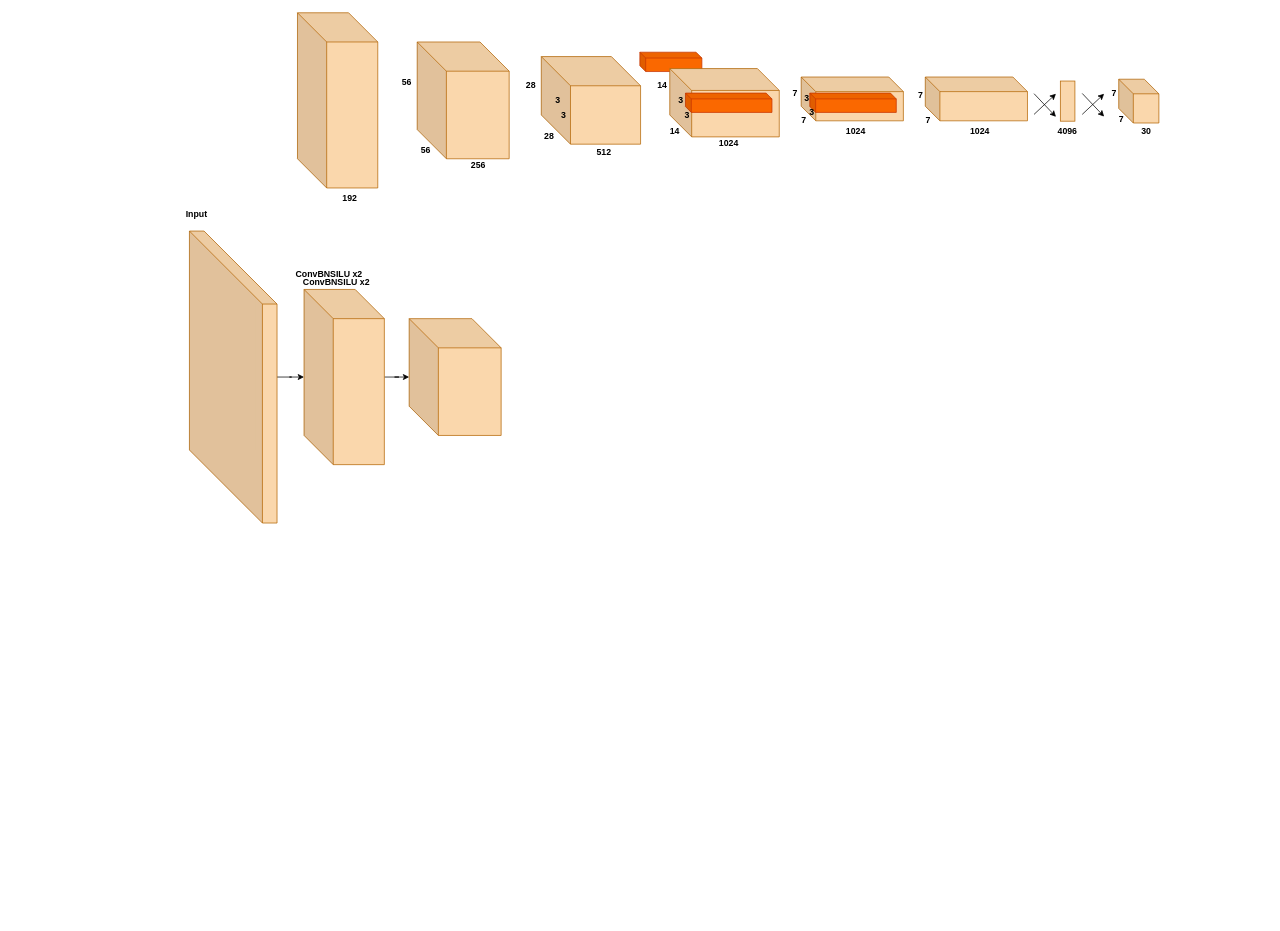
This is yolo_v1_xml.drawio from Seeeeeyo/Neural-Network-Architecture-Diagrams, a draw.io file, before an edit. Source tidied: cells renumbered, new cells numbered last; positions are measured from the earlier drawing's top-left corner, leaving out a move shared by most shapes. Both pictures are drawn from the tidied source at 73%, with x=0, y=0 at pixel (182, 12).
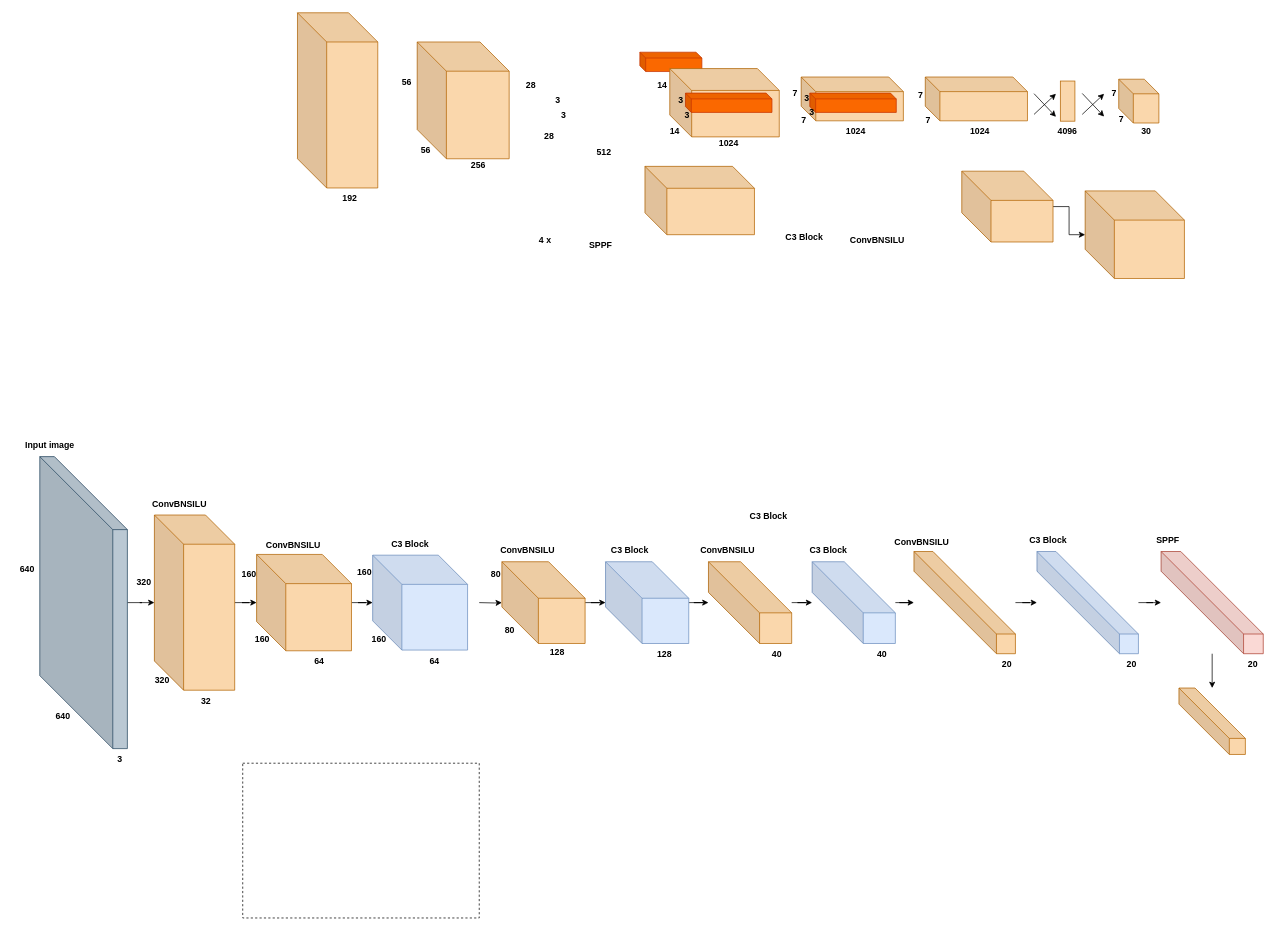
The same page after the edit.

What changed in the source:
```diff
@@
-    <mxCell id="3" style="shape=cube;whiteSpace=wrap;html=1;boundedLbl=1;backgroundOutline=1;darkOpacity=0.05;darkOpacity2=0.1;size=100;perimeterSpacing=0;strokeColor=#b46504;fillColor=#fad7ac;" parent="1" vertex="1">
-      <mxGeometry x="10" y="299" width="120" height="400" as="geometry" />
+    <mxCell id="3" style="shape=cube;whiteSpace=wrap;html=1;boundedLbl=1;backgroundOutline=1;darkOpacity=0.05;darkOpacity2=0.1;size=100;perimeterSpacing=0;fillColor=#bac8d3;strokeColor=#23445d;" parent="1" vertex="1">
+      <mxGeometry x="-195" y="608" width="120" height="400" as="geometry" />
     </mxCell>
@@
-    <mxCell id="5" value="Input" style="text;html=1;strokeColor=none;fillColor=none;align=center;verticalAlign=middle;whiteSpace=wrap;rounded=0;fontStyle=1;" parent="1" vertex="1">
-      <mxGeometry y="261" width="40" height="30" as="geometry" />
+    <mxCell id="5" value="Input image" style="text;html=1;strokeColor=none;fillColor=none;align=center;verticalAlign=middle;whiteSpace=wrap;rounded=0;fontStyle=1;" parent="1" vertex="1">
+      <mxGeometry x="-221" y="578" width="80" height="30" as="geometry" />
     </mxCell>
@@
-    <mxCell id="10" style="shape=cube;whiteSpace=wrap;html=1;boundedLbl=1;backgroundOutline=1;darkOpacity=0.05;darkOpacity2=0.1;strokeColor=#b46504;fillColor=#fad7ac;size=40;" parent="1" vertex="1">
-      <mxGeometry x="492" y="60" width="136" height="120" as="geometry" />
-    </mxCell>
+    <mxCell id="51" style="edgeStyle=orthogonalEdgeStyle;rounded=0;jettySize=auto;html=1;" parent="1" edge="1" target="70">
+      <mxGeometry relative="1" as="geometry">
+        <mxPoint x="407" y="808" as="sourcePoint" />
+      </mxGeometry>
+    </mxCell>
@@
-    <mxCell id="46" style="edgeStyle=orthogonalEdgeStyle;rounded=0;jettySize=auto;html=1;" parent="1" edge="1" source="47" target="49">
-      <mxGeometry relative="1" as="geometry" />
-    </mxCell>
+    <mxCell id="52" style="edgeStyle=orthogonalEdgeStyle;rounded=0;jettySize=auto;html=1;" parent="1" edge="1" source="47" target="54">
+      <mxGeometry relative="1" as="geometry" />
+    </mxCell>
     <mxCell id="47" style="shape=cube;whiteSpace=wrap;html=1;boundedLbl=1;backgroundOutline=1;darkOpacity=0.05;darkOpacity2=0.1;strokeColor=#b46504;fillColor=#fad7ac;size=40;" parent="1" vertex="1">
-      <mxGeometry x="167" y="379" width="110" height="240" as="geometry" />
+      <mxGeometry x="-38" y="688" width="110" height="240" as="geometry" />
     </mxCell>
-    <mxCell id="48" value="ConvBNSILU x2" style="text;html=1;strokeColor=none;fillColor=none;align=center;verticalAlign=middle;whiteSpace=wrap;rounded=0;fontStyle=1;" parent="1" vertex="1">
-      <mxGeometry x="148" y="344" width="107" height="30" as="geometry" />
+    <mxCell id="48" value="ConvBNSILU" style="text;html=1;strokeColor=none;fillColor=none;align=center;verticalAlign=middle;whiteSpace=wrap;rounded=0;fontStyle=1;" parent="1" vertex="1">
+      <mxGeometry x="-57" y="658" width="107" height="30" as="geometry" />
     </mxCell>
-    <mxCell id="49" style="shape=cube;whiteSpace=wrap;html=1;boundedLbl=1;backgroundOutline=1;darkOpacity=0.05;darkOpacity2=0.1;strokeColor=#b46504;fillColor=#fad7ac;size=40;" parent="1" vertex="1">
-      <mxGeometry x="311" y="419" width="126" height="160" as="geometry" />
-    </mxCell>
-    <mxCell id="50" value="ConvBNSILU x2" style="text;html=1;strokeColor=none;fillColor=none;align=center;verticalAlign=middle;whiteSpace=wrap;rounded=0;fontStyle=1;" parent="1" vertex="1">
-      <mxGeometry x="158" y="354" width="107" height="30" as="geometry" />
+    <mxCell id="50" value="C3 Block" style="text;html=1;strokeColor=none;fillColor=none;align=center;verticalAlign=middle;whiteSpace=wrap;rounded=0;fontStyle=1;" parent="1" vertex="1">
+      <mxGeometry x="259" y="713" width="107" height="30" as="geometry" />
     </mxCell>
+    <mxCell id="53" style="edgeStyle=orthogonalEdgeStyle;rounded=0;jettySize=auto;html=1;" parent="1" edge="1" source="54" target="89">
+      <mxGeometry relative="1" as="geometry" />
+    </mxCell>
+    <mxCell id="54" style="shape=cube;whiteSpace=wrap;html=1;boundedLbl=1;backgroundOutline=1;darkOpacity=0.05;darkOpacity2=0.1;strokeColor=#b46504;fillColor=#fad7ac;size=40;" parent="1" vertex="1">
+      <mxGeometry x="102" y="742" width="130" height="132" as="geometry" />
+    </mxCell>
+    <mxCell id="55" value="C3 Block" style="text;html=1;strokeColor=none;fillColor=none;align=center;verticalAlign=middle;whiteSpace=wrap;rounded=0;fontStyle=1;" parent="1" vertex="1">
+      <mxGeometry x="798.5" y="293" width="107" height="30" as="geometry" />
+    </mxCell>
+    <mxCell id="56" value="ConvBNSILU" style="text;html=1;strokeColor=none;fillColor=none;align=center;verticalAlign=middle;whiteSpace=wrap;rounded=0;fontStyle=1;" parent="1" vertex="1">
+      <mxGeometry x="99" y="715" width="107" height="30" as="geometry" />
+    </mxCell>
+    <mxCell id="57" style="rounded=0;whiteSpace=wrap;html=1;fillColor=none;dashed=1;" parent="1" vertex="1">
+      <mxGeometry x="83" y="1028" width="324" height="212" as="geometry" />
+    </mxCell>
+    <mxCell id="58" value="4 x" style="text;html=1;strokeColor=none;fillColor=none;align=center;verticalAlign=middle;whiteSpace=wrap;rounded=0;fontStyle=1;" parent="1" vertex="1">
+      <mxGeometry x="444" y="297" width="107" height="30" as="geometry" />
+    </mxCell>
+    <mxCell id="59" style="shape=cube;whiteSpace=wrap;html=1;boundedLbl=1;backgroundOutline=1;darkOpacity=0.05;darkOpacity2=0.1;strokeColor=#b46504;fillColor=#fad7ac;size=30;" parent="1" vertex="1">
+      <mxGeometry x="634" y="210.4" width="150" height="93.6" as="geometry" />
+    </mxCell>
+    <mxCell id="60" value="SPPF" style="text;html=1;strokeColor=none;fillColor=none;align=center;verticalAlign=middle;whiteSpace=wrap;rounded=0;fontStyle=1;" parent="1" vertex="1">
+      <mxGeometry x="520" y="304" width="107" height="30" as="geometry" />
+    </mxCell>
+    <mxCell id="61" style="shape=cube;whiteSpace=wrap;html=1;boundedLbl=1;backgroundOutline=1;darkOpacity=0.05;darkOpacity2=0.1;strokeColor=#b46504;fillColor=#fad7ac;size=40;" parent="1" vertex="1">
+      <mxGeometry x="1237" y="244" width="136" height="120" as="geometry" />
+    </mxCell>
+    <mxCell id="62" value="C3 Block" style="text;html=1;strokeColor=none;fillColor=none;align=center;verticalAlign=middle;whiteSpace=wrap;rounded=0;fontStyle=1;" parent="1" vertex="1">
+      <mxGeometry x="750" y="675" width="107" height="30" as="geometry" />
+    </mxCell>
+    <mxCell id="63" style="edgeStyle=orthogonalEdgeStyle;rounded=0;jettySize=auto;html=1;" parent="1" edge="1" source="64" target="61">
+      <mxGeometry relative="1" as="geometry" />
+    </mxCell>
+    <mxCell id="64" style="shape=cube;whiteSpace=wrap;html=1;boundedLbl=1;backgroundOutline=1;darkOpacity=0.05;darkOpacity2=0.1;strokeColor=#b46504;fillColor=#fad7ac;size=40;" parent="1" vertex="1">
+      <mxGeometry x="1068" y="217" width="125" height="97" as="geometry" />
+    </mxCell>
+    <mxCell id="65" value="ConvBNSILU" style="text;html=1;strokeColor=none;fillColor=none;align=center;verticalAlign=middle;whiteSpace=wrap;rounded=0;fontStyle=1;" parent="1" vertex="1">
+      <mxGeometry x="899" y="297" width="107" height="30" as="geometry" />
+    </mxCell>
+    <mxCell id="66" value="640" style="text;html=1;strokeColor=none;fillColor=none;align=center;verticalAlign=middle;whiteSpace=wrap;rounded=0;fontStyle=1;" parent="1" vertex="1">
+      <mxGeometry x="-183" y="949" width="40" height="30" as="geometry" />
+    </mxCell>
+    <mxCell id="67" value="320" style="text;html=1;strokeColor=none;fillColor=none;align=center;verticalAlign=middle;whiteSpace=wrap;rounded=0;fontStyle=1;" parent="1" vertex="1">
+      <mxGeometry x="-47" y="900" width="40" height="30" as="geometry" />
+    </mxCell>
+    <mxCell id="68" value="160" style="text;html=1;strokeColor=none;fillColor=none;align=center;verticalAlign=middle;whiteSpace=wrap;rounded=0;fontStyle=1;" parent="1" vertex="1">
+      <mxGeometry x="90" y="844" width="40" height="30" as="geometry" />
+    </mxCell>
+    <mxCell id="69" style="edgeStyle=orthogonalEdgeStyle;rounded=0;jettySize=auto;html=1;" parent="1" edge="1" source="70" target="76">
+      <mxGeometry relative="1" as="geometry" />
+    </mxCell>
+    <mxCell id="70" style="shape=cube;whiteSpace=wrap;html=1;boundedLbl=1;backgroundOutline=1;darkOpacity=0.05;darkOpacity2=0.1;strokeColor=#b46504;fillColor=#fad7ac;size=50;" parent="1" vertex="1">
+      <mxGeometry x="438" y="752" width="114" height="112" as="geometry" />
+    </mxCell>
+    <mxCell id="71" value="ConvBNSILU" style="text;html=1;strokeColor=none;fillColor=none;align=center;verticalAlign=middle;whiteSpace=wrap;rounded=0;fontStyle=1;" parent="1" vertex="1">
+      <mxGeometry x="420" y="722" width="107" height="30" as="geometry" />
+    </mxCell>
+    <mxCell id="72" value="C3 Block" style="text;html=1;strokeColor=none;fillColor=none;align=center;verticalAlign=middle;whiteSpace=wrap;rounded=0;fontStyle=1;" parent="1" vertex="1">
+      <mxGeometry x="1133" y="708" width="107" height="30" as="geometry" />
+    </mxCell>
+    <mxCell id="73" value="C3 Block" style="text;html=1;strokeColor=none;fillColor=none;align=center;verticalAlign=middle;whiteSpace=wrap;rounded=0;fontStyle=1;" parent="1" vertex="1">
+      <mxGeometry x="560" y="722" width="107" height="30" as="geometry" />
+    </mxCell>
+    <mxCell id="74" value="128" style="text;html=1;strokeColor=none;fillColor=none;align=center;verticalAlign=middle;whiteSpace=wrap;rounded=0;fontStyle=1;" parent="1" vertex="1">
+      <mxGeometry x="494" y="861" width="40" height="30" as="geometry" />
+    </mxCell>
+    <mxCell id="75" style="edgeStyle=orthogonalEdgeStyle;rounded=0;jettySize=auto;html=1;" parent="1" edge="1" source="76" target="78">
+      <mxGeometry relative="1" as="geometry" />
+    </mxCell>
+    <mxCell id="76" style="shape=cube;whiteSpace=wrap;html=1;boundedLbl=1;backgroundOutline=1;darkOpacity=0.05;darkOpacity2=0.1;strokeColor=#6c8ebf;fillColor=#dae8fc;size=50;" parent="1" vertex="1">
+      <mxGeometry x="580" y="752" width="114" height="112" as="geometry" />
+    </mxCell>
+    <mxCell id="77" style="edgeStyle=orthogonalEdgeStyle;rounded=0;jettySize=auto;html=1;" parent="1" edge="1" source="78" target="81">
+      <mxGeometry relative="1" as="geometry" />
+    </mxCell>
+    <mxCell id="78" style="shape=cube;whiteSpace=wrap;html=1;boundedLbl=1;backgroundOutline=1;darkOpacity=0.05;darkOpacity2=0.1;strokeColor=#b46504;fillColor=#fad7ac;size=70;" parent="1" vertex="1">
+      <mxGeometry x="721" y="752" width="114" height="112" as="geometry" />
+    </mxCell>
+    <mxCell id="79" value="ConvBNSILU" style="text;html=1;strokeColor=none;fillColor=none;align=center;verticalAlign=middle;whiteSpace=wrap;rounded=0;fontStyle=1;" parent="1" vertex="1">
+      <mxGeometry x="694" y="722" width="107" height="30" as="geometry" />
+    </mxCell>
+    <mxCell id="80" style="edgeStyle=orthogonalEdgeStyle;rounded=0;jettySize=auto;html=1;" parent="1" edge="1" source="81" target="84">
+      <mxGeometry relative="1" as="geometry" />
+    </mxCell>
+    <mxCell id="81" style="shape=cube;whiteSpace=wrap;html=1;boundedLbl=1;backgroundOutline=1;darkOpacity=0.05;darkOpacity2=0.1;strokeColor=#6c8ebf;fillColor=#dae8fc;size=70;" parent="1" vertex="1">
+      <mxGeometry x="863" y="752" width="114" height="112" as="geometry" />
+    </mxCell>
+    <mxCell id="82" value="C3 Block" style="text;html=1;strokeColor=none;fillColor=none;align=center;verticalAlign=middle;whiteSpace=wrap;rounded=0;fontStyle=1;" parent="1" vertex="1">
+      <mxGeometry x="832" y="722" width="107" height="30" as="geometry" />
+    </mxCell>
+    <mxCell id="83" style="edgeStyle=orthogonalEdgeStyle;rounded=0;jettySize=auto;html=1;" parent="1" edge="1" source="84" target="86">
+      <mxGeometry relative="1" as="geometry" />
+    </mxCell>
+    <mxCell id="84" style="shape=cube;whiteSpace=wrap;html=1;boundedLbl=1;backgroundOutline=1;darkOpacity=0.05;darkOpacity2=0.1;strokeColor=#b46504;fillColor=#fad7ac;size=113;" parent="1" vertex="1">
+      <mxGeometry x="1002.5" y="738" width="139" height="140" as="geometry" />
+    </mxCell>
+    <mxCell id="85" style="edgeStyle=orthogonalEdgeStyle;rounded=0;jettySize=auto;html=1;" parent="1" edge="1" source="86" target="94">
+      <mxGeometry relative="1" as="geometry" />
+    </mxCell>
+    <mxCell id="86" style="shape=cube;whiteSpace=wrap;html=1;boundedLbl=1;backgroundOutline=1;darkOpacity=0.05;darkOpacity2=0.1;strokeColor=#6c8ebf;fillColor=#dae8fc;size=113;" parent="1" vertex="1">
+      <mxGeometry x="1171" y="738" width="139" height="140" as="geometry" />
+    </mxCell>
+    <mxCell id="87" value="ConvBNSILU" style="text;html=1;strokeColor=none;fillColor=none;align=center;verticalAlign=middle;whiteSpace=wrap;rounded=0;fontStyle=1;" parent="1" vertex="1">
+      <mxGeometry x="960" y="710" width="107" height="30" as="geometry" />
+    </mxCell>
+    <mxCell id="88" value="40" style="text;html=1;strokeColor=none;fillColor=none;align=center;verticalAlign=middle;whiteSpace=wrap;rounded=0;fontStyle=1;" parent="1" vertex="1">
+      <mxGeometry x="795" y="864" width="40" height="30" as="geometry" />
+    </mxCell>
+    <mxCell id="89" style="shape=cube;whiteSpace=wrap;html=1;boundedLbl=1;backgroundOutline=1;darkOpacity=0.05;darkOpacity2=0.1;strokeColor=#6c8ebf;fillColor=#dae8fc;size=40;" parent="1" vertex="1">
+      <mxGeometry x="261" y="743" width="130" height="130" as="geometry" />
+    </mxCell>
+    <mxCell id="90" value="40" style="text;html=1;strokeColor=none;fillColor=none;align=center;verticalAlign=middle;whiteSpace=wrap;rounded=0;fontStyle=1;" parent="1" vertex="1">
+      <mxGeometry x="939" y="864" width="40" height="30" as="geometry" />
+    </mxCell>
+    <mxCell id="91" value="20" style="text;html=1;strokeColor=none;fillColor=none;align=center;verticalAlign=middle;whiteSpace=wrap;rounded=0;fontStyle=1;" parent="1" vertex="1">
+      <mxGeometry x="1110" y="878" width="40" height="30" as="geometry" />
+    </mxCell>
+    <mxCell id="92" value="20" style="text;html=1;strokeColor=none;fillColor=none;align=center;verticalAlign=middle;whiteSpace=wrap;rounded=0;fontStyle=1;" parent="1" vertex="1">
+      <mxGeometry x="1281" y="878" width="40" height="30" as="geometry" />
+    </mxCell>
+    <mxCell id="93" style="edgeStyle=orthogonalEdgeStyle;rounded=0;jettySize=auto;html=1;" parent="1" edge="1" source="94" target="96">
+      <mxGeometry relative="1" as="geometry" />
+    </mxCell>
+    <mxCell id="94" style="shape=cube;whiteSpace=wrap;html=1;boundedLbl=1;backgroundOutline=1;darkOpacity=0.05;darkOpacity2=0.1;strokeColor=#ae4132;fillColor=#fad9d5;size=113;" parent="1" vertex="1">
+      <mxGeometry x="1341" y="738" width="140" height="140" as="geometry" />
+    </mxCell>
+    <mxCell id="95" value="SPPF" style="text;html=1;strokeColor=none;fillColor=none;align=center;verticalAlign=middle;whiteSpace=wrap;rounded=0;fontStyle=1;" parent="1" vertex="1">
+      <mxGeometry x="1297" y="708" width="107" height="30" as="geometry" />
+    </mxCell>
+    <mxCell id="96" style="shape=cube;whiteSpace=wrap;html=1;boundedLbl=1;backgroundOutline=1;darkOpacity=0.05;darkOpacity2=0.1;strokeColor=#b46504;fillColor=#fad7ac;size=69;" parent="1" vertex="1">
+      <mxGeometry x="1365.5" y="925" width="91" height="91" as="geometry" />
+    </mxCell>
+    <mxCell id="97" value="20" style="text;html=1;strokeColor=none;fillColor=none;align=center;verticalAlign=middle;whiteSpace=wrap;rounded=0;fontStyle=1;" parent="1" vertex="1">
+      <mxGeometry x="1447" y="878" width="40" height="30" as="geometry" />
+    </mxCell>
+    <mxCell id="98" value="640" style="text;html=1;strokeColor=none;fillColor=none;align=center;verticalAlign=middle;whiteSpace=wrap;rounded=0;fontStyle=1;" parent="1" vertex="1">
+      <mxGeometry x="-232" y="748" width="40" height="30" as="geometry" />
+    </mxCell>
+    <mxCell id="99" value="3" style="text;html=1;strokeColor=none;fillColor=none;align=center;verticalAlign=middle;whiteSpace=wrap;rounded=0;fontStyle=1;" parent="1" vertex="1">
+      <mxGeometry x="-105" y="1008" width="40" height="30" as="geometry" />
+    </mxCell>
+    <mxCell id="100" value="320" style="text;html=1;strokeColor=none;fillColor=none;align=center;verticalAlign=middle;whiteSpace=wrap;rounded=0;fontStyle=1;" parent="1" vertex="1">
+      <mxGeometry x="-72" y="765" width="40" height="30" as="geometry" />
+    </mxCell>
+    <mxCell id="101" value="32" style="text;html=1;strokeColor=none;fillColor=none;align=center;verticalAlign=middle;whiteSpace=wrap;rounded=0;fontStyle=1;" parent="1" vertex="1">
+      <mxGeometry x="13" y="928" width="40" height="30" as="geometry" />
+    </mxCell>
+    <mxCell id="102" value="160" style="text;html=1;strokeColor=none;fillColor=none;align=center;verticalAlign=middle;whiteSpace=wrap;rounded=0;fontStyle=1;" parent="1" vertex="1">
+      <mxGeometry x="72" y="755" width="40" height="30" as="geometry" />
+    </mxCell>
+    <mxCell id="103" value="64" style="text;html=1;strokeColor=none;fillColor=none;align=center;verticalAlign=middle;whiteSpace=wrap;rounded=0;fontStyle=1;" parent="1" vertex="1">
+      <mxGeometry x="168" y="874" width="40" height="30" as="geometry" />
+    </mxCell>
+    <mxCell id="104" value="64" style="text;html=1;strokeColor=none;fillColor=none;align=center;verticalAlign=middle;whiteSpace=wrap;rounded=0;fontStyle=1;" parent="1" vertex="1">
+      <mxGeometry x="326" y="874" width="40" height="30" as="geometry" />
+    </mxCell>
+    <mxCell id="105" value="160" style="text;html=1;strokeColor=none;fillColor=none;align=center;verticalAlign=middle;whiteSpace=wrap;rounded=0;fontStyle=1;" parent="1" vertex="1">
+      <mxGeometry x="250" y="844" width="40" height="30" as="geometry" />
+    </mxCell>
+    <mxCell id="106" value="160" style="text;html=1;strokeColor=none;fillColor=none;align=center;verticalAlign=middle;whiteSpace=wrap;rounded=0;fontStyle=1;" parent="1" vertex="1">
+      <mxGeometry x="230" y="752" width="40" height="30" as="geometry" />
+    </mxCell>
+    <mxCell id="107" value="80" style="text;html=1;strokeColor=none;fillColor=none;align=center;verticalAlign=middle;whiteSpace=wrap;rounded=0;fontStyle=1;" parent="1" vertex="1">
+      <mxGeometry x="429" y="831" width="40" height="30" as="geometry" />
+    </mxCell>
+    <mxCell id="108" value="80" style="text;html=1;strokeColor=none;fillColor=none;align=center;verticalAlign=middle;whiteSpace=wrap;rounded=0;fontStyle=1;" parent="1" vertex="1">
+      <mxGeometry x="410" y="755" width="40" height="30" as="geometry" />
+    </mxCell>
+    <mxCell id="109" value="128" style="text;html=1;strokeColor=none;fillColor=none;align=center;verticalAlign=middle;whiteSpace=wrap;rounded=0;fontStyle=1;" parent="1" vertex="1">
+      <mxGeometry x="641" y="864" width="40" height="30" as="geometry" />
+    </mxCell>
```
